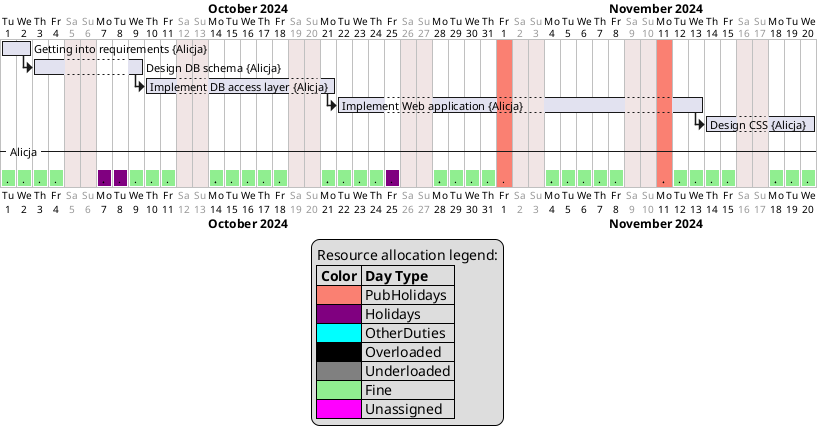
rrowniak/planner keeps this PlantUML diagram as examples/simple_project.png. Above is the earlier version.
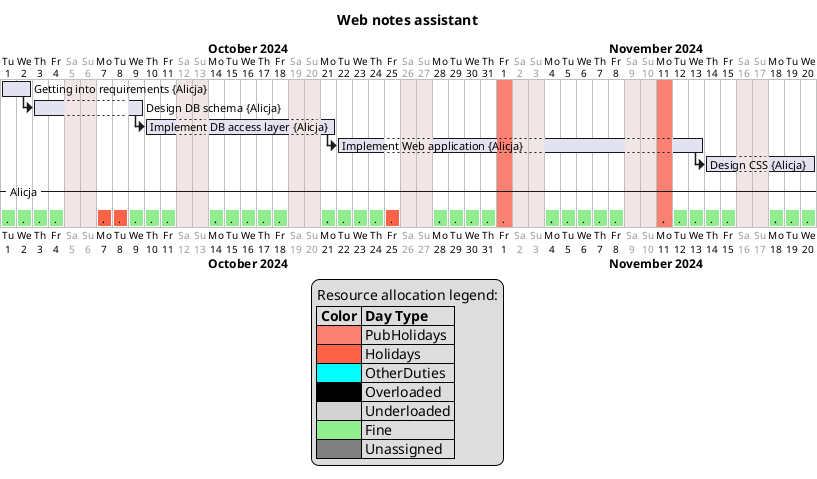
After the commit.

Commit message:
Added project title, complex example modified

What changed in the source:
```diff
@@ -1,4 +1,5 @@
 @startgantt
+title Web notes assistant
 sat are closed
 sun are closed
 {Alicja} is off on 2024-10-07
@@ -65,10 +66,10 @@
 [Alicja_5] is colored in salmon
 [Alicja_5] displays on same row as [Alicja_4]
 [.] as [Alicja_6] starts 2024-10-07 and requires 1 days
-[Alicja_6] is colored in purple
+[Alicja_6] is colored in tomato
 [Alicja_6] displays on same row as [Alicja_5]
 [.] as [Alicja_7] starts 2024-10-08 and requires 1 days
-[Alicja_7] is colored in purple
+[Alicja_7] is colored in tomato
 [Alicja_7] displays on same row as [Alicja_6]
 [.] as [Alicja_8] starts 2024-10-09 and requires 1 days
 [Alicja_8] is colored in lightgreen
@@ -119,7 +120,7 @@
 [Alicja_23] is colored in lightgreen
 [Alicja_23] displays on same row as [Alicja_22]
 [.] as [Alicja_24] starts 2024-10-25 and requires 1 days
-[Alicja_24] is colored in purple
+[Alicja_24] is colored in tomato
 [Alicja_24] displays on same row as [Alicja_23]
 [.] as [Alicja_25] starts 2024-10-26 and requires 1 days
 [Alicja_25] is colored in salmon
@@ -204,11 +205,11 @@
 Resource allocation legend:
 |= Color |= Day Type |
 |<#salmon>| PubHolidays |
-|<#purple>| Holidays |
+|<#tomato>| Holidays |
 |<#cyan>| OtherDuties |
 |<#black>| Overloaded |
-|<#gray>| Underloaded |
+|<#lightgray>| Underloaded |
 |<#lightgreen>| Fine |
-|<#magenta>| Unassigned |
+|<#gray>| Unassigned |
 end legend
 @endgantt
```
